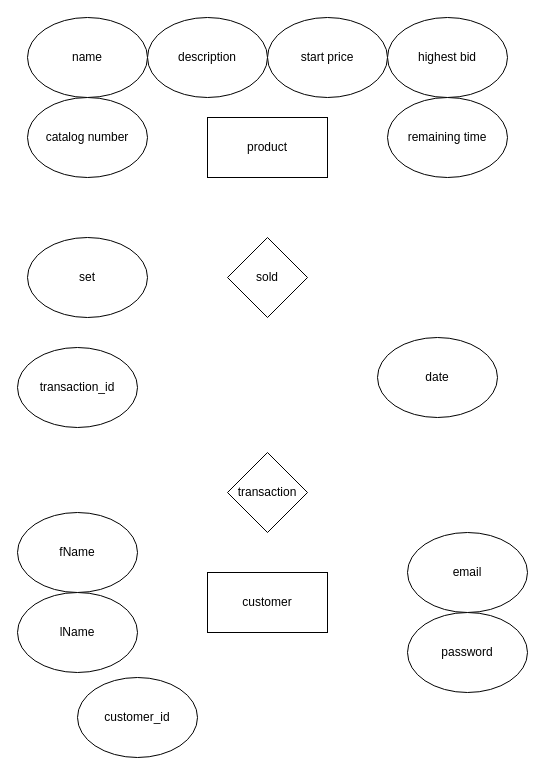
KateKatze/07.03_SQL keeps this draw.io diagram as page "Step 2_The ERM" (2 of 4) of Sanja ex1-3/ex3.drawio. Above is the earlier version. Source tidied: cells renumbered, new cells numbered last; positions are measured from the earlier drawing's top-left corner, leaving out a move shared by most shapes. Both pictures are drawn from the tidied source at 100%, with x=0, y=0 at pixel (17, 17).
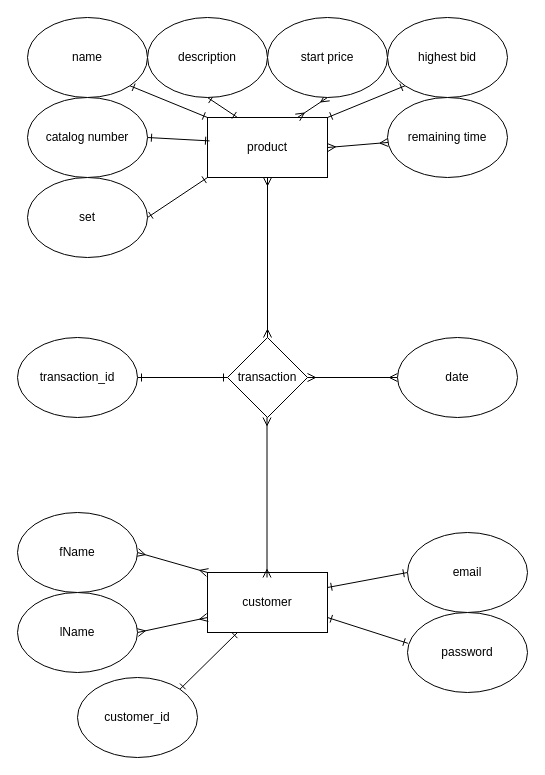
Above is the later version.

The change refers to these unchanged cells:
```xml
<mxCell id="2" value="product" style="rounded=0;whiteSpace=wrap;html=1;" parent="1" vertex="1">
  <mxGeometry x="190" y="100" width="120" height="60" as="geometry" />
</mxCell>
<mxCell id="3" value="customer" style="rounded=0;whiteSpace=wrap;html=1;" parent="1" vertex="1">
  <mxGeometry x="190" y="555" width="120" height="60" as="geometry" />
</mxCell>
<mxCell id="4" value="email" style="ellipse;whiteSpace=wrap;html=1;" parent="1" vertex="1">
  <mxGeometry x="390" y="515" width="120" height="80" as="geometry" />
</mxCell>
<mxCell id="5" value="fName" style="ellipse;whiteSpace=wrap;html=1;" parent="1" vertex="1">
  <mxGeometry y="495" width="120" height="80" as="geometry" />
</mxCell>
<mxCell id="6" value="lName" style="ellipse;whiteSpace=wrap;html=1;" parent="1" vertex="1">
  <mxGeometry y="575" width="120" height="80" as="geometry" />
</mxCell>
<mxCell id="7" value="password" style="ellipse;whiteSpace=wrap;html=1;" parent="1" vertex="1">
  <mxGeometry x="390" y="595" width="120" height="80" as="geometry" />
</mxCell>
<mxCell id="10" value="catalog number" style="ellipse;whiteSpace=wrap;html=1;" parent="1" vertex="1">
  <mxGeometry x="10" y="80" width="120" height="80" as="geometry" />
</mxCell>
<mxCell id="11" value="start price" style="ellipse;whiteSpace=wrap;html=1;" parent="1" vertex="1">
  <mxGeometry x="250" width="120" height="80" as="geometry" />
</mxCell>
<mxCell id="12" value="highest bid" style="ellipse;whiteSpace=wrap;html=1;" parent="1" vertex="1">
  <mxGeometry x="370" width="120" height="80" as="geometry" />
</mxCell>
<mxCell id="13" value="remaining time" style="ellipse;whiteSpace=wrap;html=1;" parent="1" vertex="1">
  <mxGeometry x="370" y="80" width="120" height="80" as="geometry" />
</mxCell>
<mxCell id="15" value="name" style="ellipse;whiteSpace=wrap;html=1;" parent="1" vertex="1">
  <mxGeometry x="10" width="120" height="80" as="geometry" />
</mxCell>
<mxCell id="16" value="description" style="ellipse;whiteSpace=wrap;html=1;" parent="1" vertex="1">
  <mxGeometry x="130" width="120" height="80" as="geometry" />
</mxCell>
<mxCell id="19" value="customer_id" style="ellipse;whiteSpace=wrap;html=1;" parent="1" vertex="1">
  <mxGeometry x="60" y="660" width="120" height="80" as="geometry" />
</mxCell>
```

The edit, as a diff of the source:
```diff
@@
+    <mxCell id="20" style="edgeStyle=none;html=1;exitX=1;exitY=0.5;exitDx=0;exitDy=0;startArrow=ERmany;startFill=0;endArrow=ERmany;endFill=0;" parent="1" edge="1" source="2" target="13">
+      <mxGeometry relative="1" as="geometry" />
+    </mxCell>
+    <mxCell id="21" style="edgeStyle=none;html=1;exitX=0.5;exitY=1;exitDx=0;exitDy=0;startArrow=ERmany;startFill=0;endArrow=ERmany;endFill=0;" parent="1" edge="1" source="2" target="9">
+      <mxGeometry relative="1" as="geometry" />
+    </mxCell>
@@
+    <mxCell id="22" style="edgeStyle=none;html=1;exitX=1;exitY=0.25;exitDx=0;exitDy=0;entryX=0;entryY=0.5;entryDx=0;entryDy=0;startArrow=ERone;startFill=0;endArrow=ERone;endFill=0;" parent="1" edge="1" source="3" target="4">
+      <mxGeometry relative="1" as="geometry" />
+    </mxCell>
+    <mxCell id="23" style="edgeStyle=none;html=1;exitX=1;exitY=0.75;exitDx=0;exitDy=0;entryX=0.003;entryY=0.385;entryDx=0;entryDy=0;entryPerimeter=0;startArrow=ERone;startFill=0;endArrow=ERone;endFill=0;" parent="1" edge="1" source="3" target="7">
+      <mxGeometry relative="1" as="geometry" />
+    </mxCell>
@@
+    <mxCell id="24" style="edgeStyle=none;html=1;exitX=1;exitY=0.5;exitDx=0;exitDy=0;entryX=0;entryY=0;entryDx=0;entryDy=0;endArrow=ERmany;endFill=0;startArrow=ERmany;startFill=0;" parent="1" edge="1" source="5" target="3">
+      <mxGeometry relative="1" as="geometry" />
+    </mxCell>
@@
+    <mxCell id="25" style="edgeStyle=none;html=1;exitX=1;exitY=0.5;exitDx=0;exitDy=0;entryX=0;entryY=0.75;entryDx=0;entryDy=0;startArrow=ERmany;startFill=0;endArrow=ERmany;endFill=0;" parent="1" edge="1" source="6" target="3">
+      <mxGeometry relative="1" as="geometry" />
+    </mxCell>
@@
+    <mxCell id="26" style="edgeStyle=none;html=1;exitX=1;exitY=0.5;exitDx=0;exitDy=0;entryX=0;entryY=1;entryDx=0;entryDy=0;startArrow=ERone;startFill=0;endArrow=ERone;endFill=0;" parent="1" edge="1" source="8" target="2">
+      <mxGeometry relative="1" as="geometry" />
+    </mxCell>
     <mxCell id="8" value="set" style="ellipse;whiteSpace=wrap;html=1;" parent="1" vertex="1">
-      <mxGeometry x="10" y="220" width="120" height="80" as="geometry" />
+      <mxGeometry x="10" y="160" width="120" height="80" as="geometry" />
     </mxCell>
+    <mxCell id="27" style="edgeStyle=none;html=1;exitX=1;exitY=0.5;exitDx=0;exitDy=0;entryX=0;entryY=0.5;entryDx=0;entryDy=0;startArrow=ERmany;startFill=0;endArrow=ERmany;endFill=0;" parent="1" edge="1" source="9" target="17">
+      <mxGeometry relative="1" as="geometry" />
+    </mxCell>
     <mxCell id="9" value="transaction" style="rhombus;whiteSpace=wrap;html=1;" parent="1" vertex="1">
-      <mxGeometry x="210" y="435" width="80" height="80" as="geometry" />
+      <mxGeometry x="210" y="320" width="80" height="80" as="geometry" />
     </mxCell>
+    <mxCell id="28" style="edgeStyle=none;html=1;exitX=1;exitY=0.5;exitDx=0;exitDy=0;entryX=0.017;entryY=0.39;entryDx=0;entryDy=0;entryPerimeter=0;startArrow=ERone;startFill=0;endArrow=ERone;endFill=0;" parent="1" edge="1" source="10" target="2">
+      <mxGeometry relative="1" as="geometry" />
+    </mxCell>
@@
+    <mxCell id="29" style="edgeStyle=none;html=1;exitX=0.5;exitY=1;exitDx=0;exitDy=0;entryX=0.75;entryY=0;entryDx=0;entryDy=0;startArrow=ERmany;startFill=0;endArrow=ERmany;endFill=0;" parent="1" edge="1" source="11" target="2">
+      <mxGeometry relative="1" as="geometry" />
+    </mxCell>
@@
+    <mxCell id="30" style="edgeStyle=none;html=1;exitX=0;exitY=1;exitDx=0;exitDy=0;entryX=1;entryY=0;entryDx=0;entryDy=0;startArrow=ERone;startFill=0;endArrow=ERone;endFill=0;" parent="1" edge="1" source="12" target="2">
+      <mxGeometry relative="1" as="geometry" />
+    </mxCell>
@@
-    <mxCell id="14" value="sold" style="rhombus;whiteSpace=wrap;html=1;" parent="1" vertex="1">
-      <mxGeometry x="210" y="220" width="80" height="80" as="geometry" />
-    </mxCell>
+    <mxCell id="31" style="edgeStyle=none;html=1;exitX=1;exitY=1;exitDx=0;exitDy=0;entryX=0;entryY=0;entryDx=0;entryDy=0;startArrow=ERone;startFill=0;endArrow=ERone;endFill=0;" parent="1" edge="1" source="15" target="2">
+      <mxGeometry relative="1" as="geometry" />
+    </mxCell>
@@
+    <mxCell id="32" style="edgeStyle=none;html=1;exitX=0.5;exitY=1;exitDx=0;exitDy=0;entryX=0.25;entryY=0;entryDx=0;entryDy=0;startArrow=ERone;startFill=0;endArrow=ERone;endFill=0;" parent="1" edge="1" source="16" target="2">
+      <mxGeometry relative="1" as="geometry" />
+    </mxCell>
@@
     <mxCell id="17" value="date" style="ellipse;whiteSpace=wrap;html=1;" parent="1" vertex="1">
-      <mxGeometry x="360" y="320" width="120" height="80" as="geometry" />
+      <mxGeometry x="380" y="320" width="120" height="80" as="geometry" />
     </mxCell>
+    <mxCell id="33" style="edgeStyle=none;html=1;exitX=1;exitY=0.5;exitDx=0;exitDy=0;entryX=0;entryY=0.5;entryDx=0;entryDy=0;startArrow=ERone;startFill=0;endArrow=ERone;endFill=0;" parent="1" edge="1" source="18" target="9">
+      <mxGeometry relative="1" as="geometry" />
+    </mxCell>
     <mxCell id="18" value="transaction_id" style="ellipse;whiteSpace=wrap;html=1;" parent="1" vertex="1">
-      <mxGeometry y="330" width="120" height="80" as="geometry" />
+      <mxGeometry y="320" width="120" height="80" as="geometry" />
     </mxCell>
+    <mxCell id="34" style="edgeStyle=none;html=1;exitX=1;exitY=0;exitDx=0;exitDy=0;entryX=0.25;entryY=1;entryDx=0;entryDy=0;startArrow=ERone;startFill=0;endArrow=ERone;endFill=0;" parent="1" edge="1" source="19" target="3">
+      <mxGeometry relative="1" as="geometry" />
+    </mxCell>
@@
+    <mxCell id="35" style="edgeStyle=none;html=1;exitX=0.5;exitY=1;exitDx=0;exitDy=0;startArrow=ERmany;startFill=0;endArrow=ERmany;endFill=0;" parent="1" edge="1">
+      <mxGeometry relative="1" as="geometry">
+        <mxPoint x="249.5" y="400" as="sourcePoint" />
+        <mxPoint x="249.5" y="560" as="targetPoint" />
+      </mxGeometry>
+    </mxCell>
```
